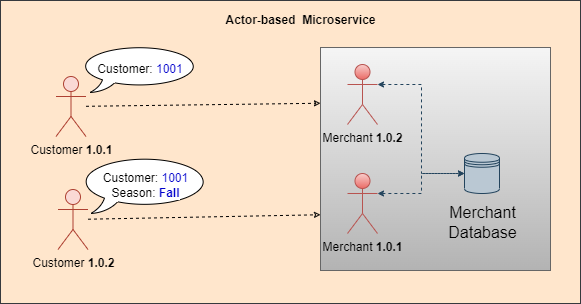
The draw.io diagram docs/programming/images/Vision/boa-general-documentation-Vision-Backward-Compatibility.drawio.png in architecture-first/boa-showcase, before a commit. Source tidied: cells renumbered, new cells last; positions are measured from the earlier drawing's top-left corner, leaving out a move shared by most shapes. The source it was exported from:
```xml
<mxGraphModel>
  <root>
    <mxCell id="0" />
    <mxCell id="1" parent="0" />
    <mxCell id="2" style="rounded=0;whiteSpace=wrap;html=1;labelBackgroundColor=#FFFFFF;fontSize=12;strokeColor=#36393d;strokeWidth=1;fillColor=#FFE6CC;" parent="1" vertex="1">
      <mxGeometry width="580" height="303" as="geometry" />
    </mxCell>
    <mxCell id="3" style="rounded=0;whiteSpace=wrap;html=1;labelBackgroundColor=none;fontSize=12;strokeColor=#666666;strokeWidth=1;fillColor=#f5f5f5;gradientColor=#b3b3b3;" parent="1" vertex="1">
      <mxGeometry x="320" y="47" width="230" height="223" as="geometry" />
    </mxCell>
    <mxCell id="4" value="&lt;b&gt;Actor-based&amp;nbsp; Microservice&lt;/b&gt;" style="text;html=1;align=center;verticalAlign=middle;fillColor=none;strokeColor=none;rounded=0;labelBackgroundColor=none;fontSize=12;fontColor=#000000;" parent="1" vertex="1">
      <mxGeometry x="215" y="5" width="170" height="30" as="geometry" />
    </mxCell>
    <mxCell id="5" value="Merchant &lt;b&gt;1.0.2&lt;/b&gt;" style="shape=umlActor;verticalLabelPosition=bottom;verticalAlign=top;html=1;outlineConnect=0;labelBackgroundColor=none;fontSize=12;strokeWidth=1;fillColor=#f8cecc;strokeColor=#b85450;gradientColor=#ea6b66;" parent="1" vertex="1">
      <mxGeometry x="347" y="64" width="30" height="60" as="geometry" />
    </mxCell>
    <mxCell id="6" value="Customer &lt;b&gt;1.0.1&lt;/b&gt;" style="shape=umlActor;verticalLabelPosition=bottom;verticalAlign=top;html=1;outlineConnect=0;labelBackgroundColor=none;fontSize=12;strokeWidth=1;fillColor=#fad9d5;strokeColor=#ae4132;" parent="1" vertex="1">
      <mxGeometry x="55.5" y="76" width="30" height="60" as="geometry" />
    </mxCell>
    <mxCell id="7" style="shape=datastore;whiteSpace=wrap;html=1;labelBackgroundColor=none;fontSize=16;strokeWidth=1;fillColor=#bac8d3;strokeColor=#23445d;" parent="1" vertex="1">
      <mxGeometry x="464" y="153" width="35" height="40" as="geometry" />
    </mxCell>
    <mxCell id="8" value="Merchant&lt;br&gt;Database" style="text;html=1;align=center;verticalAlign=middle;fillColor=none;strokeColor=none;rounded=0;labelBackgroundColor=none;fontSize=16;fontColor=#000000;" parent="1" vertex="1">
      <mxGeometry x="436.5" y="197" width="90" height="50" as="geometry" />
    </mxCell>
    <mxCell id="9" style="edgeStyle=elbowEdgeStyle;elbow=horizontal;endArrow=classic;html=1;rounded=0;dashed=1;fontSize=16;fontColor=#000000;startSize=4;endSize=4;strokeColor=#23445d;strokeWidth=1;entryX=0;entryY=0.5;entryDx=0;entryDy=0;fillColor=#bac8d3;startArrow=classic;startFill=1;exitX=1;exitY=0.3333333333333333;exitDx=0;exitDy=0;exitPerimeter=0;" parent="1" edge="1" source="5" target="7">
      <mxGeometry relative="1" as="geometry" />
    </mxCell>
    <mxCell id="10" value="Customer: &lt;font color=&quot;#0000cc&quot;&gt;1001&lt;/font&gt;" style="whiteSpace=wrap;html=1;shape=mxgraph.basic.oval_callout;labelBackgroundColor=none;fontSize=12;fontColor=#000000;strokeColor=#000000;strokeWidth=1;fillColor=default;" parent="1" vertex="1">
      <mxGeometry x="79.5" y="45" width="120" height="47" as="geometry" />
    </mxCell>
    <mxCell id="11" value="Merchant &lt;b&gt;1.0.1&lt;/b&gt;" style="shape=umlActor;verticalLabelPosition=bottom;verticalAlign=top;html=1;outlineConnect=0;labelBackgroundColor=none;fontSize=12;strokeWidth=1;fillColor=#f8cecc;strokeColor=#b85450;gradientColor=#ea6b66;" parent="1" vertex="1">
      <mxGeometry x="347" y="173" width="30" height="60" as="geometry" />
    </mxCell>
    <mxCell id="12" style="edgeStyle=elbowEdgeStyle;elbow=horizontal;endArrow=classic;html=1;rounded=0;dashed=1;fontSize=16;fontColor=#000000;startSize=4;endSize=4;strokeColor=#23445d;strokeWidth=1;entryX=0;entryY=0.5;entryDx=0;entryDy=0;fillColor=#bac8d3;startArrow=classic;startFill=1;exitX=1;exitY=0.3333333333333333;exitDx=0;exitDy=0;exitPerimeter=0;" parent="1" edge="1" source="11" target="7">
      <mxGeometry relative="1" as="geometry" />
    </mxCell>
    <mxCell id="13" value="Customer &lt;b&gt;1.0.2&lt;/b&gt;" style="shape=umlActor;verticalLabelPosition=bottom;verticalAlign=top;html=1;outlineConnect=0;labelBackgroundColor=none;fontSize=12;strokeWidth=1;fillColor=#fad9d5;strokeColor=#ae4132;" parent="1" vertex="1">
      <mxGeometry x="57.5" y="189" width="30" height="60" as="geometry" />
    </mxCell>
    <mxCell id="14" value="Customer: &lt;font color=&quot;#0000cc&quot;&gt;1001&lt;/font&gt;&lt;br&gt;Season: &lt;font style=&quot;background-color: rgb(255, 255, 255);&quot; color=&quot;#0000cc&quot;&gt;&lt;b&gt;Fall&lt;/b&gt;&lt;/font&gt;" style="whiteSpace=wrap;html=1;shape=mxgraph.basic.oval_callout;labelBackgroundColor=none;fontSize=12;fontColor=#000000;strokeColor=#000000;strokeWidth=1;fillColor=default;" parent="1" vertex="1">
      <mxGeometry x="79.5" y="156" width="130.5" height="57" as="geometry" />
    </mxCell>
    <mxCell id="15" style="endArrow=classic;dashed=1;html=1;rounded=0;fontSize=12;fontColor=#000000;startSize=4;endSize=4;strokeColor=#000000;strokeWidth=1;elbow=vertical;entryX=0;entryY=0.25;entryDx=0;entryDy=0;endFill=0;" parent="1" edge="1" source="6" target="3">
      <mxGeometry relative="1" as="geometry" />
    </mxCell>
    <mxCell id="16" style="endArrow=classic;dashed=1;html=1;rounded=0;fontSize=12;fontColor=#000000;startSize=4;endSize=4;strokeColor=#000000;strokeWidth=1;elbow=vertical;entryX=0;entryY=0.75;entryDx=0;entryDy=0;endFill=0;" parent="1" edge="1" source="13" target="3">
      <mxGeometry relative="1" as="geometry" />
    </mxCell>
  </root>
</mxGraphModel>
```
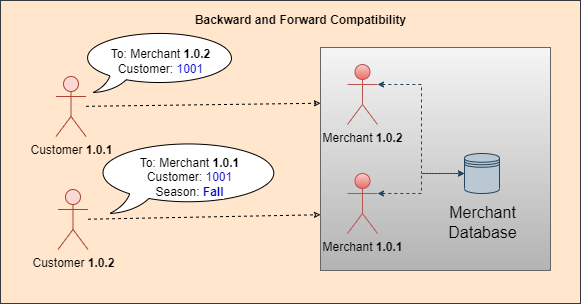
The same file after the commit.

Change to the diagram source:
```diff
@@ -8,8 +8,8 @@
     <mxCell id="3" style="rounded=0;whiteSpace=wrap;html=1;labelBackgroundColor=none;fontSize=12;strokeColor=#666666;strokeWidth=1;fillColor=#f5f5f5;gradientColor=#b3b3b3;" parent="1" vertex="1">
       <mxGeometry x="320" y="47" width="230" height="223" as="geometry" />
     </mxCell>
-    <mxCell id="4" value="&lt;b&gt;Actor-based&amp;nbsp; Microservice&lt;/b&gt;" style="text;html=1;align=center;verticalAlign=middle;fillColor=none;strokeColor=none;rounded=0;labelBackgroundColor=none;fontSize=12;fontColor=#000000;" parent="1" vertex="1">
-      <mxGeometry x="215" y="5" width="170" height="30" as="geometry" />
+    <mxCell id="4" value="&lt;b&gt;Backward and Forward Compatibility&lt;/b&gt;" style="text;html=1;align=center;verticalAlign=middle;fillColor=none;strokeColor=none;rounded=0;labelBackgroundColor=none;fontSize=12;fontColor=#000000;" parent="1" vertex="1">
+      <mxGeometry x="185" y="5" width="230" height="30" as="geometry" />
     </mxCell>
     <mxCell id="5" value="Merchant &lt;b&gt;1.0.2&lt;/b&gt;" style="shape=umlActor;verticalLabelPosition=bottom;verticalAlign=top;html=1;outlineConnect=0;labelBackgroundColor=none;fontSize=12;strokeWidth=1;fillColor=#f8cecc;strokeColor=#b85450;gradientColor=#ea6b66;" parent="1" vertex="1">
       <mxGeometry x="347" y="64" width="30" height="60" as="geometry" />
@@ -26,8 +26,8 @@
     <mxCell id="9" style="edgeStyle=elbowEdgeStyle;elbow=horizontal;endArrow=classic;html=1;rounded=0;dashed=1;fontSize=16;fontColor=#000000;startSize=4;endSize=4;strokeColor=#23445d;strokeWidth=1;entryX=0;entryY=0.5;entryDx=0;entryDy=0;fillColor=#bac8d3;startArrow=classic;startFill=1;exitX=1;exitY=0.3333333333333333;exitDx=0;exitDy=0;exitPerimeter=0;" parent="1" edge="1" source="5" target="7">
       <mxGeometry relative="1" as="geometry" />
     </mxCell>
-    <mxCell id="10" value="Customer: &lt;font color=&quot;#0000cc&quot;&gt;1001&lt;/font&gt;" style="whiteSpace=wrap;html=1;shape=mxgraph.basic.oval_callout;labelBackgroundColor=none;fontSize=12;fontColor=#000000;strokeColor=#000000;strokeWidth=1;fillColor=default;" parent="1" vertex="1">
-      <mxGeometry x="79.5" y="45" width="120" height="47" as="geometry" />
+    <mxCell id="10" value="To: Merchant &lt;b&gt;1.0.2&lt;/b&gt;&lt;br&gt;Customer: &lt;font color=&quot;#0000cc&quot;&gt;1001&lt;/font&gt;" style="whiteSpace=wrap;html=1;shape=mxgraph.basic.oval_callout;labelBackgroundColor=none;fontSize=12;fontColor=#000000;strokeColor=#000000;strokeWidth=1;fillColor=default;" parent="1" vertex="1">
+      <mxGeometry x="79.5" y="30" width="160.5" height="62" as="geometry" />
     </mxCell>
     <mxCell id="11" value="Merchant &lt;b&gt;1.0.1&lt;/b&gt;" style="shape=umlActor;verticalLabelPosition=bottom;verticalAlign=top;html=1;outlineConnect=0;labelBackgroundColor=none;fontSize=12;strokeWidth=1;fillColor=#f8cecc;strokeColor=#b85450;gradientColor=#ea6b66;" parent="1" vertex="1">
       <mxGeometry x="347" y="173" width="30" height="60" as="geometry" />
@@ -38,8 +38,8 @@
     <mxCell id="13" value="Customer &lt;b&gt;1.0.2&lt;/b&gt;" style="shape=umlActor;verticalLabelPosition=bottom;verticalAlign=top;html=1;outlineConnect=0;labelBackgroundColor=none;fontSize=12;strokeWidth=1;fillColor=#fad9d5;strokeColor=#ae4132;" parent="1" vertex="1">
       <mxGeometry x="57.5" y="189" width="30" height="60" as="geometry" />
     </mxCell>
-    <mxCell id="14" value="Customer: &lt;font color=&quot;#0000cc&quot;&gt;1001&lt;/font&gt;&lt;br&gt;Season: &lt;font style=&quot;background-color: rgb(255, 255, 255);&quot; color=&quot;#0000cc&quot;&gt;&lt;b&gt;Fall&lt;/b&gt;&lt;/font&gt;" style="whiteSpace=wrap;html=1;shape=mxgraph.basic.oval_callout;labelBackgroundColor=none;fontSize=12;fontColor=#000000;strokeColor=#000000;strokeWidth=1;fillColor=default;" parent="1" vertex="1">
-      <mxGeometry x="79.5" y="156" width="130.5" height="57" as="geometry" />
+    <mxCell id="14" value="To: Merchant &lt;b&gt;1.0.1&lt;/b&gt;&lt;br&gt;Customer: &lt;font color=&quot;#0000cc&quot;&gt;1001&lt;/font&gt;&lt;br&gt;Season: &lt;font style=&quot;background-color: rgb(255, 255, 255);&quot; color=&quot;#0000cc&quot;&gt;&lt;b&gt;Fall&lt;/b&gt;&lt;/font&gt;" style="whiteSpace=wrap;html=1;shape=mxgraph.basic.oval_callout;labelBackgroundColor=none;fontSize=12;fontColor=#000000;strokeColor=#000000;strokeWidth=1;fillColor=default;" parent="1" vertex="1">
+      <mxGeometry x="93.5" y="140" width="190.5" height="73" as="geometry" />
     </mxCell>
     <mxCell id="15" style="endArrow=classic;dashed=1;html=1;rounded=0;fontSize=12;fontColor=#000000;startSize=4;endSize=4;strokeColor=#000000;strokeWidth=1;elbow=vertical;entryX=0;entryY=0.25;entryDx=0;entryDy=0;endFill=0;" parent="1" edge="1" source="6" target="3">
       <mxGeometry relative="1" as="geometry" />
```
